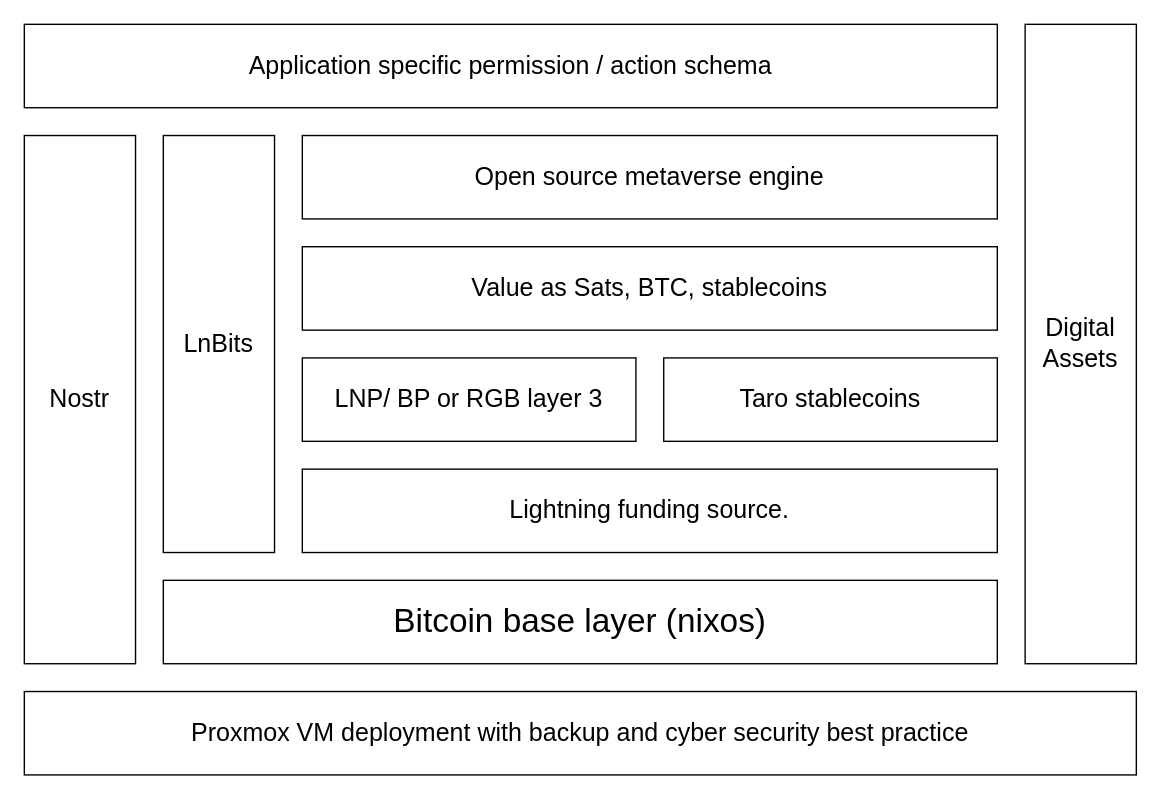
Above: Book/Images/HighLevelDiagram.drawio in GMCyberFoundry/Metaverse (draw.io), before the change. Source tidied: cells renumbered, new cells numbered last; positions are measured from the earlier drawing's top-left corner, leaving out a move shared by most shapes. Both pictures are drawn from the tidied source at 139%, with x=0, y=0 at pixel (24, 24).
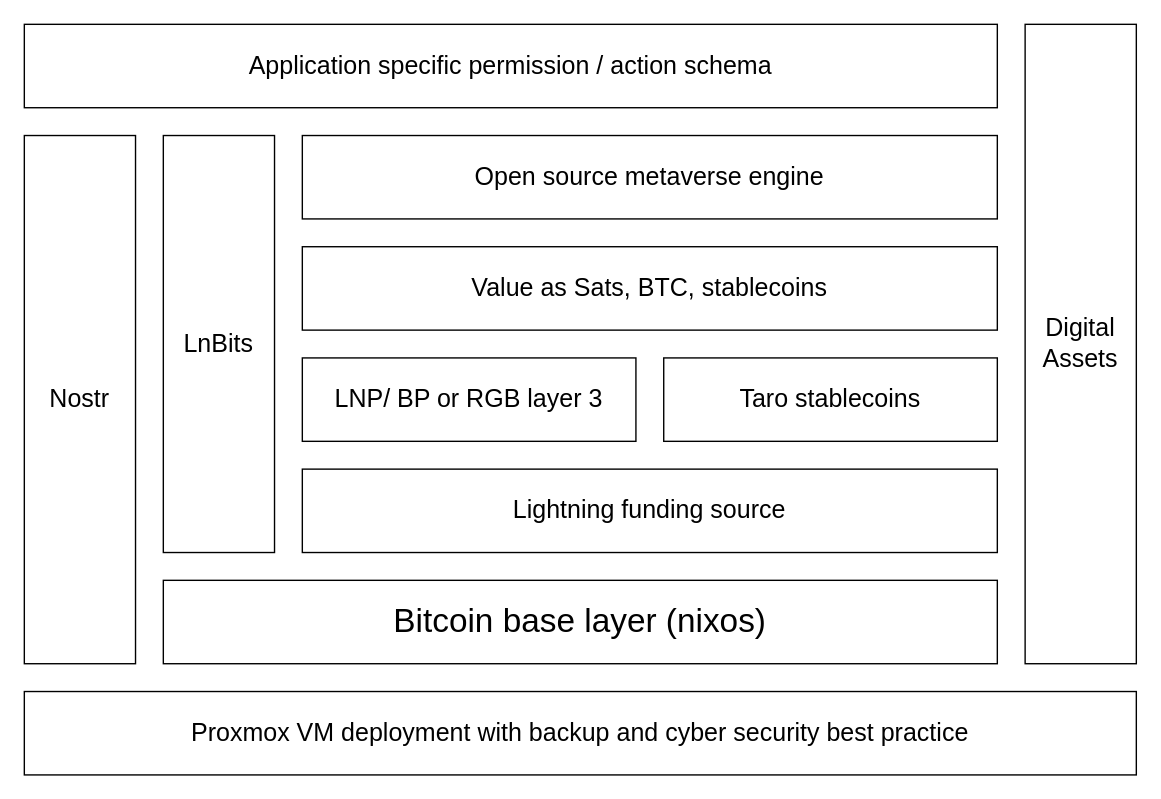
The same page after the edit.

Diff of the diagram source:
```diff
@@
 <mxGraphModel>
   <root>
     <mxCell id="0" />
     <mxCell id="1" parent="0" />
     <mxCell id="2" value="&lt;font style=&quot;font-size: 18px&quot;&gt;Application specific permission / action schema&lt;br&gt;&lt;/font&gt;" style="rounded=0;whiteSpace=wrap;html=1;" parent="1" vertex="1">
       <mxGeometry width="700" height="60" as="geometry" />
     </mxCell>
     <mxCell id="3" value="Nostr" style="rounded=0;whiteSpace=wrap;html=1;fontSize=18;" parent="1" vertex="1">
       <mxGeometry y="80" width="80" height="380" as="geometry" />
     </mxCell>
     <mxCell id="4" value="LnBits" style="rounded=0;whiteSpace=wrap;html=1;fontSize=18;" parent="1" vertex="1">
       <mxGeometry x="100" y="80" width="80" height="300" as="geometry" />
     </mxCell>
     <mxCell id="5" value="&lt;font style=&quot;font-size: 18px&quot;&gt;Open source metaverse engine&lt;/font&gt;" style="rounded=0;whiteSpace=wrap;html=1;" parent="1" vertex="1">
       <mxGeometry x="200" y="80" width="500" height="60" as="geometry" />
     </mxCell>
     <mxCell id="6" value="&lt;font style=&quot;font-size: 18px&quot;&gt;Value as Sats, BTC, stablecoins&lt;br&gt;&lt;/font&gt;" style="rounded=0;whiteSpace=wrap;html=1;" parent="1" vertex="1">
       <mxGeometry x="200" y="160" width="500" height="60" as="geometry" />
     </mxCell>
     <mxCell id="7" value="&lt;font style=&quot;font-size: 18px&quot;&gt;LNP/ BP or RGB layer 3&lt;/font&gt;" style="rounded=0;whiteSpace=wrap;html=1;" parent="1" vertex="1">
       <mxGeometry x="200" y="240" width="240" height="60" as="geometry" />
     </mxCell>
     <mxCell id="8" value="&lt;font style=&quot;font-size: 18px&quot;&gt;Taro stablecoins&lt;/font&gt;" style="rounded=0;whiteSpace=wrap;html=1;" parent="1" vertex="1">
       <mxGeometry x="460" y="240" width="240" height="60" as="geometry" />
     </mxCell>
-    <mxCell id="9" value="&lt;font style=&quot;font-size: 18px&quot;&gt;Lightning funding source. &lt;/font&gt;" style="rounded=0;whiteSpace=wrap;html=1;" parent="1" vertex="1">
+    <mxCell id="9" value="&lt;font style=&quot;font-size: 18px&quot;&gt;Lightning funding source &lt;/font&gt;" style="rounded=0;whiteSpace=wrap;html=1;" parent="1" vertex="1">
       <mxGeometry x="200" y="320" width="500" height="60" as="geometry" />
     </mxCell>
     <mxCell id="10" value="&lt;font style=&quot;font-size: 24px&quot;&gt;Bitcoin base layer (nixos)&lt;br&gt;&lt;/font&gt;" style="rounded=0;whiteSpace=wrap;html=1;" parent="1" vertex="1">
       <mxGeometry x="100" y="400" width="600" height="60" as="geometry" />
     </mxCell>
     <mxCell id="11" value="&lt;font style=&quot;font-size: 18px&quot;&gt;Proxmox VM deployment with backup and cyber security best practice&lt;/font&gt;" style="rounded=0;whiteSpace=wrap;html=1;" parent="1" vertex="1">
       <mxGeometry y="480" width="800" height="60" as="geometry" />
     </mxCell>
     <mxCell id="12" value="&lt;div&gt;Digital&lt;br&gt;&lt;/div&gt;&lt;div&gt;Assets&lt;/div&gt;" style="rounded=0;whiteSpace=wrap;html=1;fontSize=18;" parent="1" vertex="1">
       <mxGeometry x="720" width="80" height="460" as="geometry" />
     </mxCell>
   </root>
 </mxGraphModel>
```
